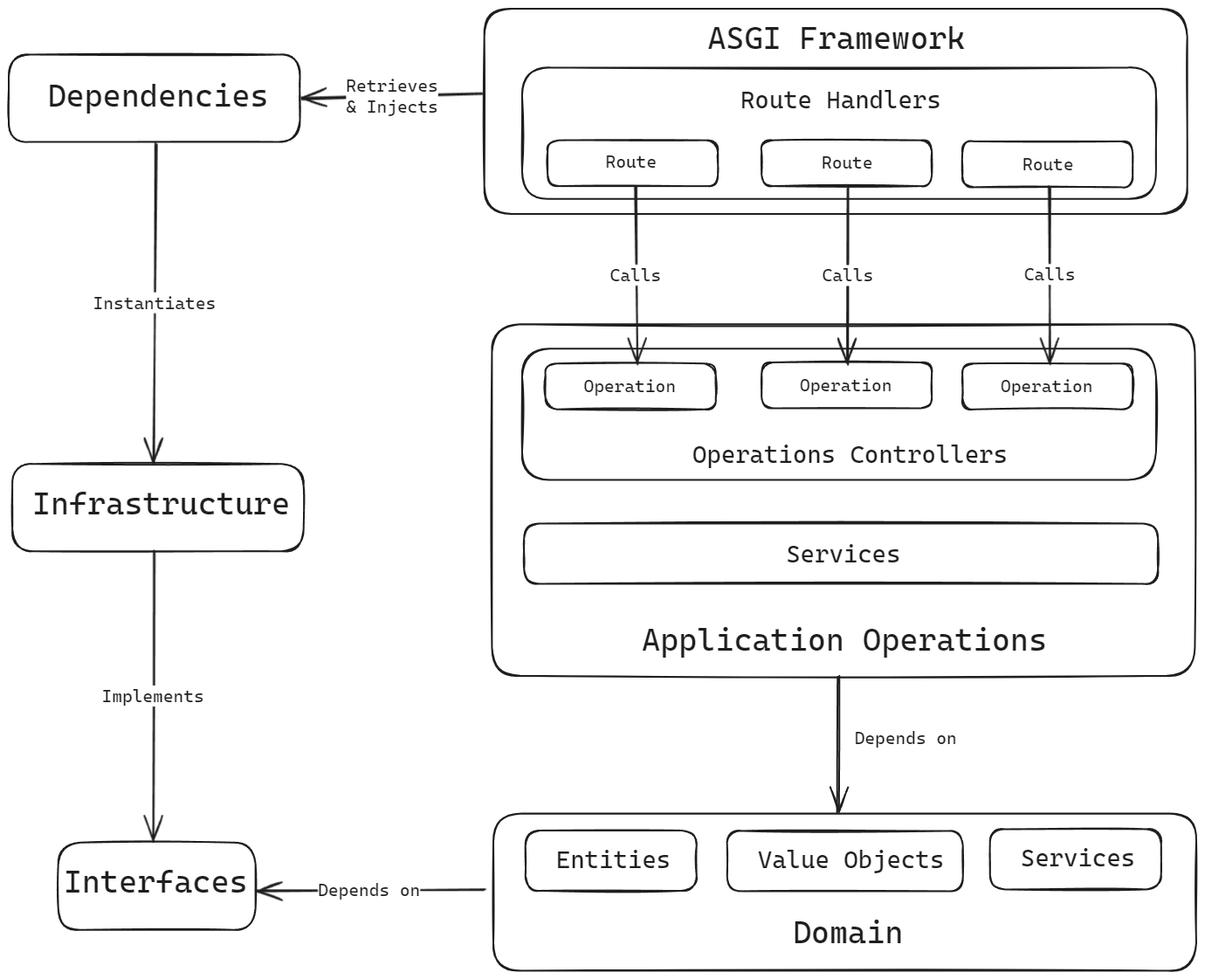
This is docs/architecture.excalidraw.png from VerdanTech/Vdt-Webapp, a Excalidraw export, as it was before one commit. Source tidied: one line per element, renumbered; positions are measured from the earlier drawing's top-left corner, leaving out a move shared by most shapes.
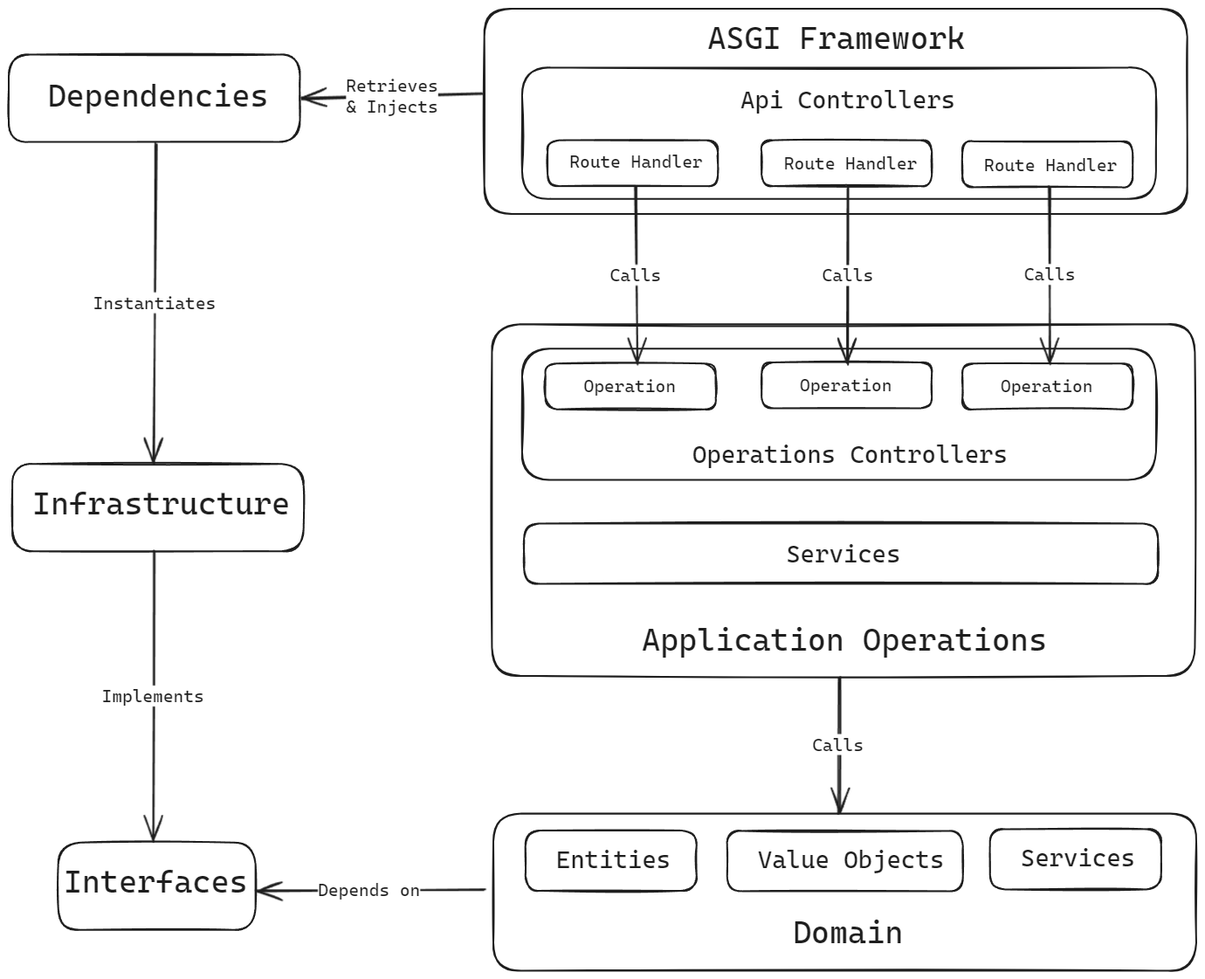
Later version of the same file.

The edit, as a diff of the source:
```diff
@@ -13,7 +13,7 @@
 {"id": 12, "type": "rectangle", "strokeColor": "#1e1e1e", "strokeWidth": 2, "roughness": 1, "round": true, "x": 590, "y": 590, "width": 726, "height": 69}
 {"id": 13, "type": "text", "text": "Services", "strokeColor": "#1e1e1e", "strokeWidth": 2, "roughness": 1, "fontSize": 28, "fontFamily": 3, "x": 890, "y": 608, "width": 131, "height": 34}
 {"id": 14, "type": "arrow", "strokeColor": "#1e1e1e", "strokeWidth": 2, "roughness": 1, "endArrowhead": "arrow", "round": true, "from": 10, "to": 0, "x": 950, "y": 765, "width": 0, "height": 155, "points": [[0, 0], [0, 155]]}
-{"id": 15, "type": "text", "text": "Depends on", "strokeColor": "#1e1e1e", "strokeWidth": 2, "roughness": 1, "fontSize": 20, "fontFamily": 3, "x": 969, "y": 823, "width": 117, "height": 24}
+{"id": 52, "type": "text", "text": "Calls", "strokeColor": "#1e1e1e", "strokeWidth": 2, "roughness": 1, "fontSize": 20, "fontFamily": 3, "textAlign": "center", "verticalAlign": "middle", "inside": 14, "x": 920, "y": 830, "width": 59, "height": 24}
 {"id": 16, "type": "rectangle", "strokeColor": "#1e1e1e", "strokeWidth": 2, "roughness": 1, "round": true, "x": 588, "y": 389, "width": 726, "height": 150}
 {"id": 17, "type": "text", "text": "Operations Controllers", "strokeColor": "#1e1e1e", "strokeWidth": 2, "roughness": 1, "fontSize": 28, "fontFamily": 3, "x": 783, "y": 494, "width": 361, "height": 34}
 {"id": 18, "type": "rectangle", "strokeColor": "#1e1e1e", "strokeWidth": 2, "roughness": 1, "round": true, "x": 615, "y": 406, "width": 195, "height": 52}
@@ -25,18 +25,16 @@
 {"id": 24, "type": "rectangle", "strokeColor": "#1e1e1e", "strokeWidth": 2, "roughness": 1, "round": true, "x": 545, "y": 0, "width": 805, "height": 235}
 {"id": 25, "type": "text", "text": "ASGI Framework", "strokeColor": "#1e1e1e", "strokeWidth": 2, "roughness": 1, "fontSize": 36, "fontFamily": 3, "x": 800, "y": 11, "width": 295, "height": 43}
 {"id": 26, "type": "rectangle", "strokeColor": "#1e1e1e", "strokeWidth": 2, "roughness": 1, "round": true, "x": 588, "y": 67, "width": 726, "height": 150}
-{"id": 27, "type": "text", "text": "Route Handlers", "strokeColor": "#1e1e1e", "strokeWidth": 2, "roughness": 1, "fontSize": 28, "fontFamily": 3, "x": 838, "y": 88, "width": 230, "height": 34}
+{"id": 27, "type": "text", "text": "Api Controllers", "strokeColor": "#1e1e1e", "strokeWidth": 2, "roughness": 1, "fontSize": 28, "fontFamily": 3, "x": 838, "y": 88, "width": 246, "height": 34}
 {"id": 28, "type": "rectangle", "strokeColor": "#1e1e1e", "strokeWidth": 2, "roughness": 1, "round": true, "x": 617, "y": 151, "width": 195, "height": 52}
-{"id": 29, "type": "text", "text": "Route", "strokeColor": "#1e1e1e", "strokeWidth": 2, "roughness": 1, "fontSize": 20, "fontFamily": 3, "x": 683, "y": 163, "width": 59, "height": 24}
+{"id": 29, "type": "text", "text": "Route Handler", "strokeColor": "#1e1e1e", "strokeWidth": 2, "roughness": 1, "fontSize": 20, "fontFamily": 3, "x": 642, "y": 163, "width": 152, "height": 24}
 {"id": 30, "type": "rectangle", "strokeColor": "#1e1e1e", "strokeWidth": 2, "roughness": 1, "round": true, "x": 862, "y": 151, "width": 195, "height": 52}
-{"id": 31, "type": "text", "text": "Route", "strokeColor": "#1e1e1e", "strokeWidth": 2, "roughness": 1, "fontSize": 20, "fontFamily": 3, "x": 931, "y": 164, "width": 59, "height": 24}
 {"id": 32, "type": "rectangle", "strokeColor": "#1e1e1e", "strokeWidth": 2, "roughness": 1, "round": true, "x": 1092, "y": 152, "width": 195, "height": 52}
-{"id": 33, "type": "text", "text": "Route", "strokeColor": "#1e1e1e", "strokeWidth": 2, "roughness": 1, "fontSize": 20, "fontFamily": 3, "x": 1161, "y": 166, "width": 59, "height": 24}
 {"id": 34, "type": "arrow", "strokeColor": "#1e1e1e", "strokeWidth": 2, "roughness": 1, "endArrowhead": "arrow", "round": true, "from": 28, "to": 19, "x": 717, "y": 204, "width": 1, "height": 202, "points": [[0, 0], [1, 202]]}
 {"id": 35, "type": "text", "text": "Calls", "strokeColor": "#1e1e1e", "strokeWidth": 2, "roughness": 1, "fontSize": 20, "fontFamily": 3, "textAlign": "center", "verticalAlign": "middle", "inside": 34, "x": 688, "y": 293, "width": 59, "height": 24}
-{"id": 36, "type": "arrow", "strokeColor": "#1e1e1e", "strokeWidth": 2, "roughness": 1, "endArrowhead": "arrow", "round": true, "from": 31, "to": 21, "x": 960, "y": 204, "width": 1, "height": 202, "points": [[0, 0], [1, 202]]}
+{"id": 36, "type": "arrow", "strokeColor": "#1e1e1e", "strokeWidth": 2, "roughness": 1, "endArrowhead": "arrow", "round": true, "from": 53, "to": 21, "x": 960, "y": 204, "width": 1, "height": 202, "points": [[0, 0], [1, 202]]}
 {"id": 37, "type": "text", "text": "Calls", "strokeColor": "#1e1e1e", "strokeWidth": 2, "roughness": 1, "fontSize": 20, "fontFamily": 3, "textAlign": "center", "verticalAlign": "middle", "inside": 36, "x": 704, "y": 258, "width": 59, "height": 24}
-{"id": 38, "type": "arrow", "strokeColor": "#1e1e1e", "strokeWidth": 2, "roughness": 1, "endArrowhead": "arrow", "round": true, "from": 33, "to": 23, "x": 1192, "y": 203, "width": 1, "height": 202, "points": [[0, 0], [1, 202]]}
+{"id": 38, "type": "arrow", "strokeColor": "#1e1e1e", "strokeWidth": 2, "roughness": 1, "endArrowhead": "arrow", "round": true, "from": 54, "to": 23, "x": 1192, "y": 203, "width": 1, "height": 202, "points": [[0, 0], [1, 202]]}
 {"id": 39, "type": "text", "text": "Calls", "strokeColor": "#1e1e1e", "strokeWidth": 2, "roughness": 1, "fontSize": 20, "fontFamily": 3, "textAlign": "center", "verticalAlign": "middle", "inside": 38, "x": 938, "y": 263, "width": 59, "height": 24}
 {"id": 40, "type": "rectangle", "strokeColor": "#1e1e1e", "strokeWidth": 2, "roughness": 1, "round": true, "x": 4, "y": 521, "width": 334, "height": 100}
 {"id": 41, "type": "text", "text": "Infrastructure", "strokeColor": "#1e1e1e", "strokeWidth": 2, "roughness": 1, "fontSize": 36, "fontFamily": 3, "x": 27, "y": 544, "width": 295, "height": 43}
@@ -50,3 +48,5 @@
 {"id": 49, "type": "text", "text": "Retrieves\n& Injects", "strokeColor": "#1e1e1e", "strokeWidth": 2, "roughness": 1, "fontSize": 20, "fontFamily": 3, "textAlign": "center", "verticalAlign": "middle", "inside": 48, "x": 421, "y": 75, "width": 105, "height": 48}
 {"id": 50, "type": "arrow", "strokeColor": "#1e1e1e", "strokeWidth": 2, "roughness": 1, "endArrowhead": "arrow", "round": true, "from": 0, "to": 9, "x": 543, "y": 1008, "width": 260, "height": 1, "points": [[0, 0], [-260, 1]]}
 {"id": 51, "type": "text", "text": "Depends on", "strokeColor": "#1e1e1e", "strokeWidth": 2, "roughness": 1, "fontSize": 20, "fontFamily": 3, "textAlign": "center", "verticalAlign": "middle", "inside": 50, "x": 283, "y": 940, "width": 117, "height": 24}
+{"id": 53, "type": "text", "text": "Route Handler", "strokeColor": "#1e1e1e", "strokeWidth": 2, "roughness": 1, "fontSize": 20, "fontFamily": 3, "x": 888, "y": 165, "width": 152, "height": 24}
+{"id": 54, "type": "text", "text": "Route Handler", "strokeColor": "#1e1e1e", "strokeWidth": 2, "roughness": 1, "fontSize": 20, "fontFamily": 3, "x": 1117, "y": 167, "width": 152, "height": 24}
```
